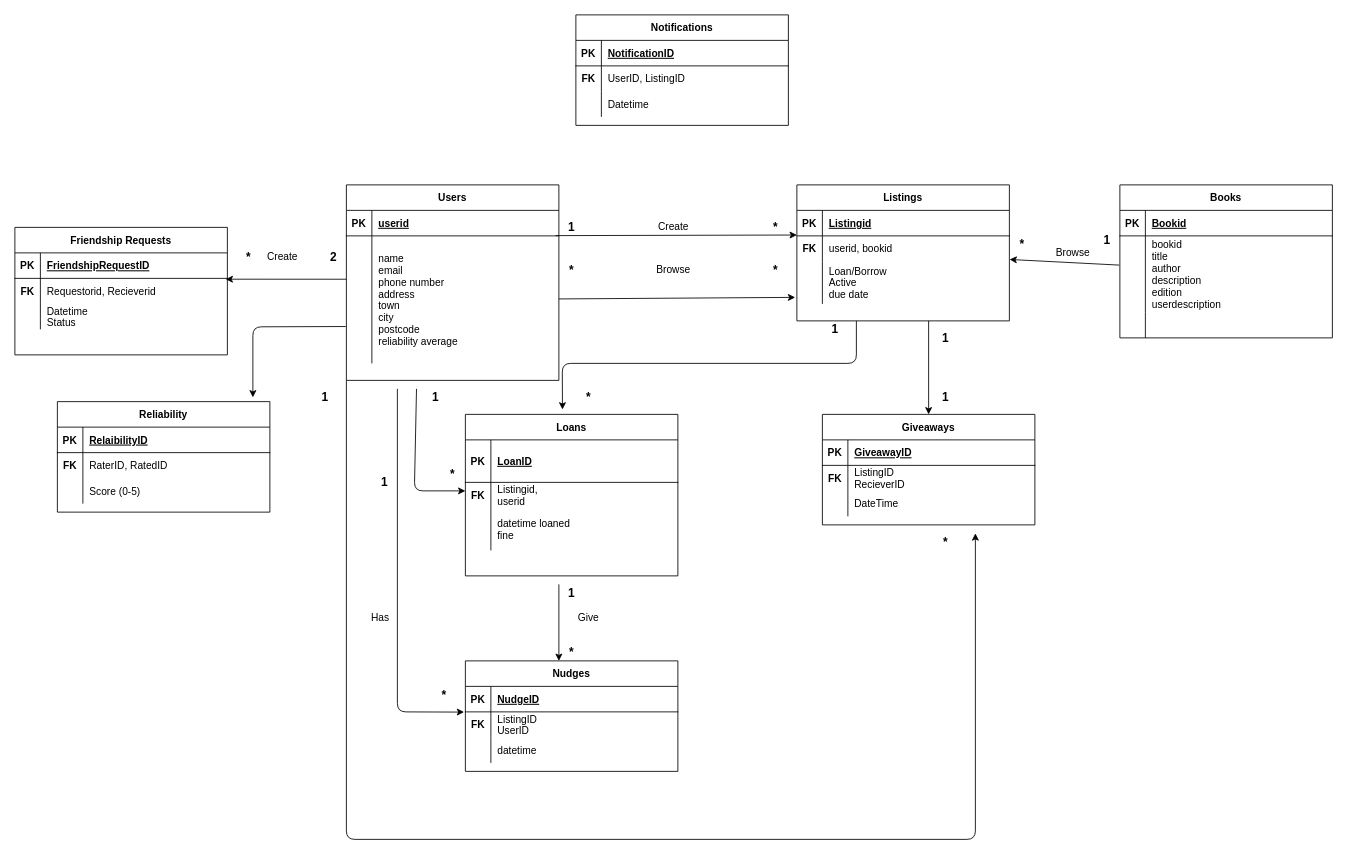
The draw.io diagram CourseworkER.drawio in willdonlan8/hello-world, before the edit. Source tidied: cells renumbered, new cells numbered last; positions are measured from the earlier drawing's top-left corner, leaving out a move shared by most shapes. Both pictures are drawn from the tidied source at 85%, with x=0, y=0 at pixel (14, 14).
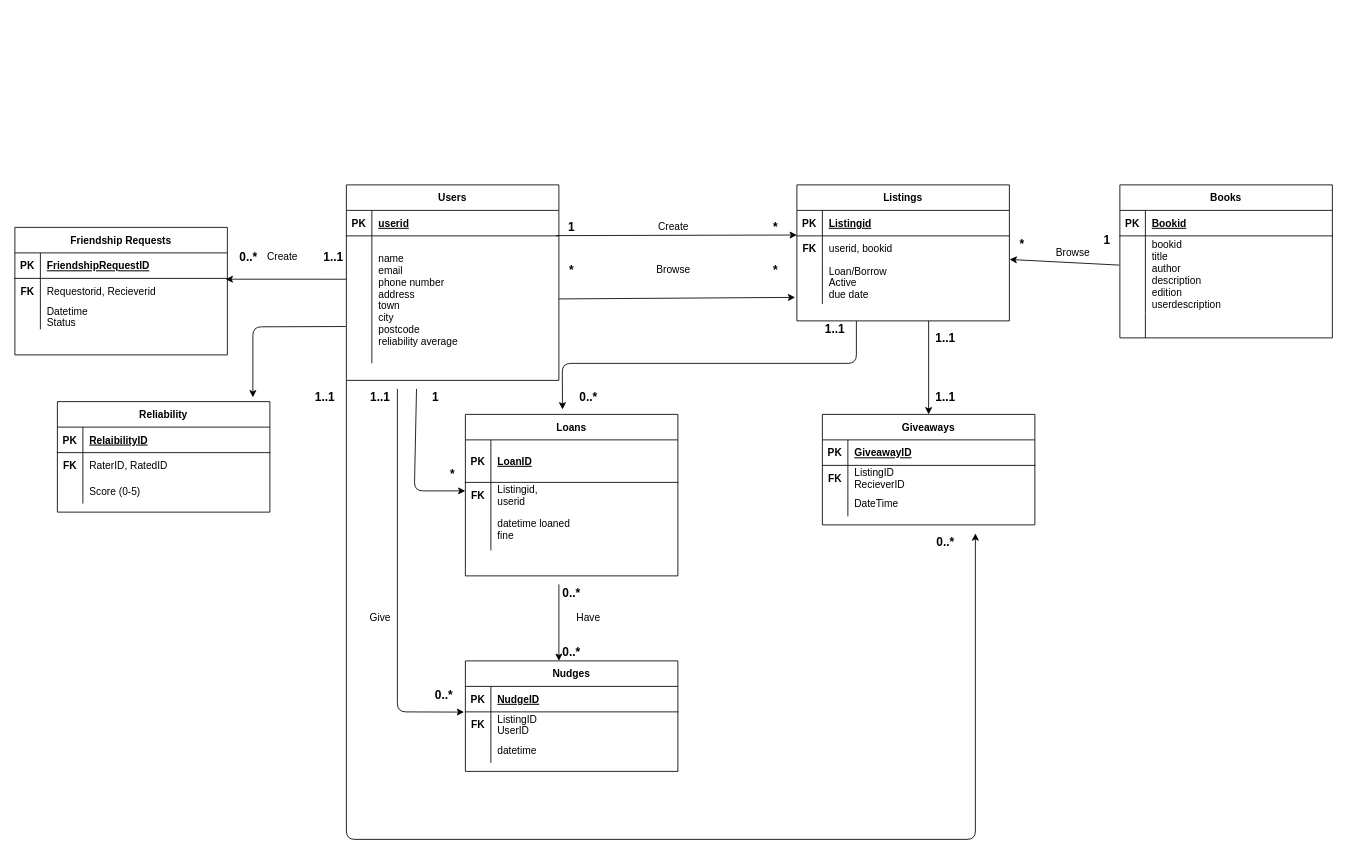
Above is the later version.

What changed in the source:
```diff
@@
-    <mxCell id="84" value="&lt;b&gt;&lt;font style=&quot;font-size: 14px&quot;&gt;2&lt;/font&gt;&lt;/b&gt;" style="text;html=1;strokeColor=none;fillColor=none;align=center;verticalAlign=middle;whiteSpace=wrap;rounded=0;" parent="1" vertex="1">
+    <mxCell id="84" value="&lt;span style=&quot;font-size: 14px&quot;&gt;&lt;b&gt;1..1&lt;/b&gt;&lt;/span&gt;" style="text;html=1;strokeColor=none;fillColor=none;align=center;verticalAlign=middle;whiteSpace=wrap;rounded=0;" parent="1" vertex="1">
       <mxGeometry x="330" y="275" width="90" height="20" as="geometry" />
     </mxCell>
-    <mxCell id="85" value="&lt;b&gt;&lt;font style=&quot;font-size: 14px&quot;&gt;*&lt;/font&gt;&lt;/b&gt;" style="text;html=1;strokeColor=none;fillColor=none;align=center;verticalAlign=middle;whiteSpace=wrap;rounded=0;" parent="1" vertex="1">
+    <mxCell id="85" value="&lt;b&gt;&lt;font style=&quot;font-size: 14px&quot;&gt;0..*&lt;/font&gt;&lt;/b&gt;" style="text;html=1;strokeColor=none;fillColor=none;align=center;verticalAlign=middle;whiteSpace=wrap;rounded=0;" parent="1" vertex="1">
       <mxGeometry x="230" y="275" width="90" height="20" as="geometry" />
     </mxCell>
-    <mxCell id="86" value="&lt;b&gt;&lt;font style=&quot;font-size: 14px&quot;&gt;1&lt;/font&gt;&lt;/b&gt;" style="text;html=1;strokeColor=none;fillColor=none;align=center;verticalAlign=middle;whiteSpace=wrap;rounded=0;" parent="1" vertex="1">
+    <mxCell id="86" value="&lt;b&gt;&lt;font style=&quot;font-size: 14px&quot;&gt;1..1&lt;/font&gt;&lt;/b&gt;" style="text;html=1;strokeColor=none;fillColor=none;align=center;verticalAlign=middle;whiteSpace=wrap;rounded=0;" parent="1" vertex="1">
       <mxGeometry x="920" y="360" width="90" height="20" as="geometry" />
     </mxCell>
-    <mxCell id="87" value="&lt;b&gt;&lt;font style=&quot;font-size: 14px&quot;&gt;*&lt;/font&gt;&lt;/b&gt;" style="text;html=1;strokeColor=none;fillColor=none;align=center;verticalAlign=middle;whiteSpace=wrap;rounded=0;" parent="1" vertex="1">
+    <mxCell id="87" value="&lt;span style=&quot;font-size: 14px&quot;&gt;&lt;b&gt;0..*&lt;/b&gt;&lt;/span&gt;" style="text;html=1;strokeColor=none;fillColor=none;align=center;verticalAlign=middle;whiteSpace=wrap;rounded=0;" parent="1" vertex="1">
       <mxGeometry x="630" y="440" width="90" height="20" as="geometry" />
     </mxCell>
-    <mxCell id="88" value="Give" style="text;html=1;strokeColor=none;fillColor=none;align=center;verticalAlign=middle;whiteSpace=wrap;rounded=0;" parent="1" vertex="1">
+    <mxCell id="88" value="Have" style="text;html=1;strokeColor=none;fillColor=none;align=center;verticalAlign=middle;whiteSpace=wrap;rounded=0;" parent="1" vertex="1">
       <mxGeometry x="630" y="700" width="90" height="20" as="geometry" />
     </mxCell>
-    <mxCell id="89" value="&lt;b&gt;&lt;font style=&quot;font-size: 14px&quot;&gt;*&lt;/font&gt;&lt;/b&gt;" style="text;html=1;strokeColor=none;fillColor=none;align=center;verticalAlign=middle;whiteSpace=wrap;rounded=0;" parent="1" vertex="1">
+    <mxCell id="89" value="&lt;b&gt;&lt;font style=&quot;font-size: 14px&quot;&gt;0..*&lt;/font&gt;&lt;/b&gt;" style="text;html=1;strokeColor=none;fillColor=none;align=center;verticalAlign=middle;whiteSpace=wrap;rounded=0;" parent="1" vertex="1">
       <mxGeometry x="610" y="740" width="90" height="20" as="geometry" />
     </mxCell>
-    <mxCell id="90" value="&lt;b&gt;&lt;font style=&quot;font-size: 14px&quot;&gt;1&lt;/font&gt;&lt;/b&gt;" style="text;html=1;strokeColor=none;fillColor=none;align=center;verticalAlign=middle;whiteSpace=wrap;rounded=0;" parent="1" vertex="1">
+    <mxCell id="90" value="&lt;b&gt;&lt;font style=&quot;font-size: 14px&quot;&gt;0..*&lt;/font&gt;&lt;/b&gt;" style="text;html=1;strokeColor=none;fillColor=none;align=center;verticalAlign=middle;whiteSpace=wrap;rounded=0;" parent="1" vertex="1">
       <mxGeometry x="610" y="670" width="90" height="20" as="geometry" />
     </mxCell>
-    <mxCell id="91" value="&lt;b&gt;&lt;font style=&quot;font-size: 14px&quot;&gt;1&lt;/font&gt;&lt;/b&gt;" style="text;html=1;strokeColor=none;fillColor=none;align=center;verticalAlign=middle;whiteSpace=wrap;rounded=0;" parent="1" vertex="1">
+    <mxCell id="91" value="&lt;b&gt;&lt;font style=&quot;font-size: 14px&quot;&gt;1..1&lt;/font&gt;&lt;/b&gt;" style="text;html=1;strokeColor=none;fillColor=none;align=center;verticalAlign=middle;whiteSpace=wrap;rounded=0;" parent="1" vertex="1">
       <mxGeometry x="1050" y="370" width="90" height="20" as="geometry" />
     </mxCell>
-    <mxCell id="92" value="&lt;b&gt;&lt;font style=&quot;font-size: 14px&quot;&gt;1&lt;/font&gt;&lt;/b&gt;" style="text;html=1;strokeColor=none;fillColor=none;align=center;verticalAlign=middle;whiteSpace=wrap;rounded=0;" parent="1" vertex="1">
+    <mxCell id="92" value="&lt;b&gt;&lt;font style=&quot;font-size: 14px&quot;&gt;1..1&lt;/font&gt;&lt;/b&gt;" style="text;html=1;strokeColor=none;fillColor=none;align=center;verticalAlign=middle;whiteSpace=wrap;rounded=0;" parent="1" vertex="1">
       <mxGeometry x="1050" y="440" width="90" height="20" as="geometry" />
     </mxCell>
@@
-    <mxCell id="94" value="Has" style="text;html=1;strokeColor=none;fillColor=none;align=center;verticalAlign=middle;whiteSpace=wrap;rounded=0;" parent="1" vertex="1">
+    <mxCell id="94" value="Give" style="text;html=1;strokeColor=none;fillColor=none;align=center;verticalAlign=middle;whiteSpace=wrap;rounded=0;" parent="1" vertex="1">
       <mxGeometry x="410" y="700" width="40" height="20" as="geometry" />
     </mxCell>
-    <mxCell id="95" value="&lt;span style=&quot;font-size: 14px&quot;&gt;&lt;b&gt;1&lt;/b&gt;&lt;/span&gt;" style="text;html=1;strokeColor=none;fillColor=none;align=center;verticalAlign=middle;whiteSpace=wrap;rounded=0;" parent="1" vertex="1">
-      <mxGeometry x="390" y="540" width="90" height="20" as="geometry" />
+    <mxCell id="95" value="&lt;span style=&quot;font-size: 14px&quot;&gt;&lt;b&gt;1..1&lt;/b&gt;&lt;/span&gt;" style="text;html=1;strokeColor=none;fillColor=none;align=center;verticalAlign=middle;whiteSpace=wrap;rounded=0;" parent="1" vertex="1">
+      <mxGeometry x="385" y="440" width="90" height="20" as="geometry" />
     </mxCell>
-    <mxCell id="96" value="&lt;b&gt;&lt;font style=&quot;font-size: 14px&quot;&gt;*&lt;/font&gt;&lt;/b&gt;" style="text;html=1;strokeColor=none;fillColor=none;align=center;verticalAlign=middle;whiteSpace=wrap;rounded=0;" parent="1" vertex="1">
+    <mxCell id="96" value="&lt;b&gt;&lt;font style=&quot;font-size: 14px&quot;&gt;0..*&lt;/font&gt;&lt;/b&gt;" style="text;html=1;strokeColor=none;fillColor=none;align=center;verticalAlign=middle;whiteSpace=wrap;rounded=0;" parent="1" vertex="1">
       <mxGeometry x="460" y="790" width="90" height="20" as="geometry" />
     </mxCell>
-    <mxCell id="97" value="Notifications" style="shape=table;startSize=30;childLayout=tableLayout;rowLines=0;fontStyle=1;align=center;" parent="1" vertex="1">
-      <mxGeometry x="660" width="250" height="130" as="geometry" />
-    </mxCell>
-    <mxCell id="98" style="shape=partialRectangle;fillColor=none;top=0;left=0;right=0;bottom=1;" parent="97" vertex="1">
-      <mxGeometry y="30" width="250" height="30" as="geometry" />
-    </mxCell>
-    <mxCell id="99" value="PK" style="shape=partialRectangle;overflow=hidden;fillColor=none;top=0;left=0;bottom=0;right=0;fontStyle=1;" parent="98" vertex="1">
-      <mxGeometry width="30" height="30" as="geometry" />
-    </mxCell>
-    <mxCell id="100" value="NotificationID" style="shape=partialRectangle;overflow=hidden;fillColor=none;top=0;left=0;bottom=0;right=0;align=left;spacingLeft=6;fontStyle=5;" parent="98" vertex="1">
-      <mxGeometry x="30" width="220" height="30" as="geometry" />
-    </mxCell>
-    <mxCell id="101" style="shape=partialRectangle;fillColor=none;top=0;left=0;right=0;bottom=0;" parent="97" vertex="1">
-      <mxGeometry y="60" width="250" height="30" as="geometry" />
-    </mxCell>
-    <mxCell id="102" value="FK" style="shape=partialRectangle;overflow=hidden;fillColor=none;top=0;left=0;bottom=0;right=0;fontStyle=1;" parent="101" vertex="1">
-      <mxGeometry width="30" height="30" as="geometry" />
-    </mxCell>
-    <mxCell id="103" value="UserID, ListingID " style="shape=partialRectangle;overflow=hidden;fillColor=none;top=0;left=0;bottom=0;right=0;align=left;spacingLeft=6;" parent="101" vertex="1">
-      <mxGeometry x="30" width="220" height="30" as="geometry" />
-    </mxCell>
-    <mxCell id="104" style="shape=partialRectangle;fillColor=none;top=0;left=0;right=0;bottom=0;" parent="97" vertex="1">
-      <mxGeometry y="90" width="250" height="30" as="geometry" />
-    </mxCell>
-    <mxCell id="105" style="shape=partialRectangle;overflow=hidden;fillColor=none;top=0;left=0;bottom=0;right=0;" parent="104" vertex="1">
-      <mxGeometry width="30" height="30" as="geometry" />
-    </mxCell>
-    <mxCell id="106" value="Datetime" style="shape=partialRectangle;overflow=hidden;fillColor=none;top=0;left=0;bottom=0;right=0;align=left;spacingLeft=6;" parent="104" vertex="1">
-      <mxGeometry x="30" width="220" height="30" as="geometry" />
-    </mxCell>
@@
-    <mxCell id="125" value="&lt;span style=&quot;font-size: 14px&quot;&gt;&lt;b&gt;1&lt;/b&gt;&lt;/span&gt;" style="text;html=1;strokeColor=none;fillColor=none;align=center;verticalAlign=middle;whiteSpace=wrap;rounded=0;" parent="1" vertex="1">
+    <mxCell id="125" value="&lt;span style=&quot;font-size: 14px&quot;&gt;&lt;b&gt;1..1&lt;/b&gt;&lt;/span&gt;" style="text;html=1;strokeColor=none;fillColor=none;align=center;verticalAlign=middle;whiteSpace=wrap;rounded=0;" parent="1" vertex="1">
       <mxGeometry x="320" y="440" width="90" height="20" as="geometry" />
     </mxCell>
-    <mxCell id="126" value="&lt;span style=&quot;font-size: 14px&quot;&gt;&lt;b&gt;*&lt;/b&gt;&lt;/span&gt;" style="text;html=1;strokeColor=none;fillColor=none;align=center;verticalAlign=middle;whiteSpace=wrap;rounded=0;" parent="1" vertex="1">
+    <mxCell id="126" value="&lt;span style=&quot;font-size: 14px&quot;&gt;&lt;b&gt;0..*&lt;/b&gt;&lt;/span&gt;" style="text;html=1;strokeColor=none;fillColor=none;align=center;verticalAlign=middle;whiteSpace=wrap;rounded=0;" parent="1" vertex="1">
       <mxGeometry x="1050" y="610" width="90" height="20" as="geometry" />
     </mxCell>
```
